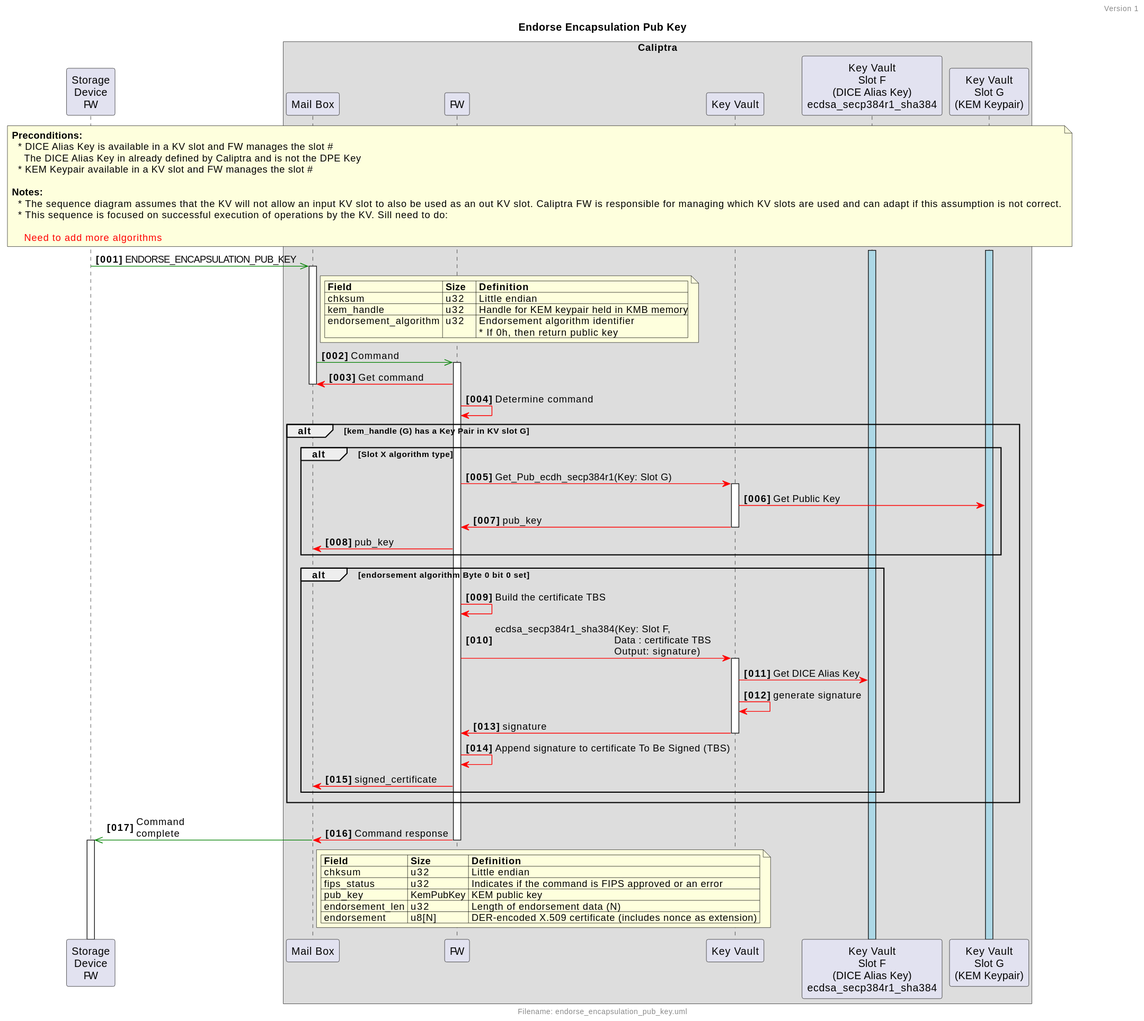
Earlier version of the PlantUML export doc/ocp_lock/diagrams/endorse_encapsulation_pub_key.svg (chipsalliance/Caliptra). Source of this version:
```plantuml
@startuml
!include ocp_lock_utils.inc

!if ($show_title)
    Title "Endorse Encapsulation Pub Key"
!endif

!if ($show_precond)
    note across
        <b>Preconditions:</b>
          * DICE Alias Key is available in a KV slot and FW manages the slot #
            The DICE Alias Key in already defined by Caliptra and is not the DPE Key
          * KEM Keypair available in a KV slot and FW manages the slot #

        <b>Notes:</b>
          * The sequence diagram assumes that the KV will not allow an input KV slot to also be used as an out KV slot. Caliptra FW is responsible for managing which KV slots are used and can adapt if this assumption is not correct.
          * This sequence is focused on successful execution of operations by the KV. Sill need to do:

           <font color=red> Need to add more algorithms
    end note
!endif

dice++ $BUFFER_ACTIVATION
kemg++ $BUFFER_ACTIVATION


fw $async mb++ : ENDORSE_ENCAPSULATION_PUB_KEY

!if ($show_api)
    note right mb
        | <b>Field             | <b>Size | <b>Definition |
        | chksum                | u32    | Little endian |
        | kem_handle            | u32    | Handle for KEM keypair held in KMB memory|
        | endorsement_algorithm | u32    | Endorsement algorithm identifier\n * If 0h, then return public key |
    end note
!endif

mb $async cfw++ : Command

!if ($show_msg_parsing)
    cfw $sync mb : Get command
    mb--
    $self("cfw", "Determine command")
!else
    mb--
!endif

alt kem_handle (G) has a Key Pair in KV slot G

    alt Slot X algorithm type

        cfw $sync kv++: Get_Pub_ecdh_secp384r1(Key: Slot G)
        kv $sync kemg: Get Public Key
        !if ($show_done)
            kv $sync cfw-- : pub_key
        !else
            kv--
        !endif
        cfw $sync mb : pub_key
    end

    alt endorsement algorithm Byte 0 bit 0 set

        cfw $sync cfw: Build the certificate TBS

        cfw $sync kv++: ecdsa_secp384r1_sha384(Key: Slot F,\n                                       Data : certificate TBS\n                                       Output: signature)
        kv $sync dice : Get DICE Alias Key
        kv $sync kv: generate signature
        !if ($show_done)
            kv $sync cfw-- : signature
        !else
            kv--
        !endif
        cfw $sync cfw: Append signature to certificate To Be Signed (TBS)
        cfw $sync mb : signed_certificate
    end
end


cfw $sync mb : Command response
& mb $async fw++ : Command\ncomplete

!if ($show_api)
    note right mb
        | <b>Field        | <b>Size   | <b>Definition |
        | chksum          | u32       | Little endian |
        | fips_status     | u32       | Indicates if the command is FIPS approved or an error |
        | pub_key         | KemPubKey | KEM public key |
        | endorsement_len | u32       | Length of endorsement data (N) |
        | endorsement     | u8[N]     | DER-encoded X.509 certificate (includes nonce as extension) |
    end note
!endif
cfw--
@enduml
```
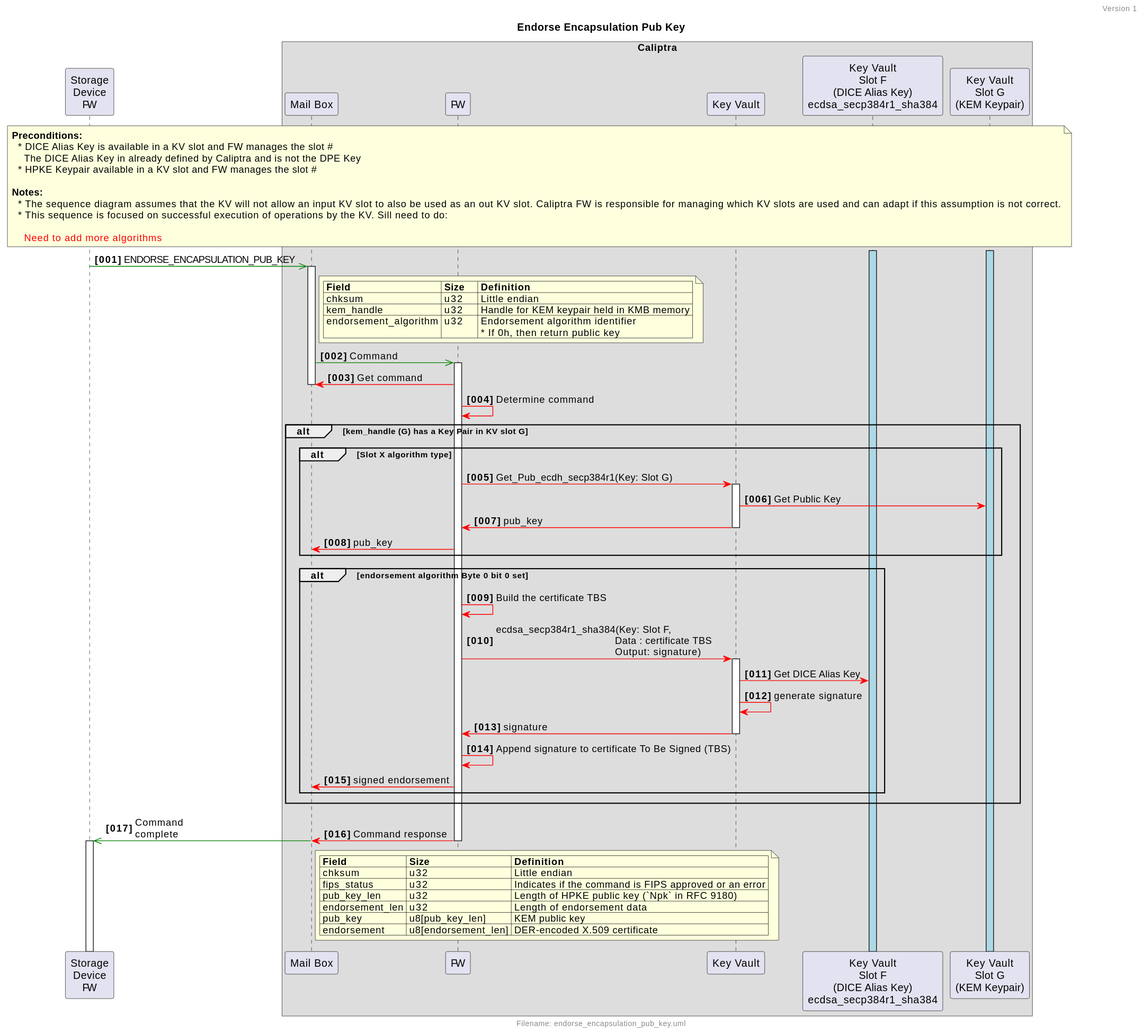
Above is the later version.

What changed in the source:
```diff
@@ -10,7 +10,7 @@
         <b>Preconditions:</b>
           * DICE Alias Key is available in a KV slot and FW manages the slot #
             The DICE Alias Key in already defined by Caliptra and is not the DPE Key
-          * KEM Keypair available in a KV slot and FW manages the slot #
+          * HPKE Keypair available in a KV slot and FW manages the slot #
 
         <b>Notes:</b>
           * The sequence diagram assumes that the KV will not allow an input KV slot to also be used as an out KV slot. Caliptra FW is responsible for managing which KV slots are used and can adapt if this assumption is not correct.
@@ -28,10 +28,10 @@
 
 !if ($show_api)
     note right mb
-        | <b>Field             | <b>Size | <b>Definition |
-        | chksum                | u32    | Little endian |
-        | kem_handle            | u32    | Handle for KEM keypair held in KMB memory|
-        | endorsement_algorithm | u32    | Endorsement algorithm identifier\n * If 0h, then return public key |
+        | <b>Field              | <b>Size | <b>Definition |
+        | chksum                | u32     | Little endian |
+        | kem_handle            | u32     | Handle for KEM keypair held in KMB memory |
+        | endorsement_algorithm | u32     | Endorsement algorithm identifier\n * If 0h, then return public key |
     end note
 !endif
 
@@ -72,7 +72,7 @@
             kv--
         !endif
         cfw $sync cfw: Append signature to certificate To Be Signed (TBS)
-        cfw $sync mb : signed_certificate
+        cfw $sync mb : signed endorsement
     end
 end
 
@@ -82,12 +82,13 @@
 
 !if ($show_api)
     note right mb
-        | <b>Field        | <b>Size   | <b>Definition |
-        | chksum          | u32       | Little endian |
-        | fips_status     | u32       | Indicates if the command is FIPS approved or an error |
-        | pub_key         | KemPubKey | KEM public key |
-        | endorsement_len | u32       | Length of endorsement data (N) |
-        | endorsement     | u8[N]     | DER-encoded X.509 certificate (includes nonce as extension) |
+        | <b>Field        | <b>Size             | <b>Definition |
+        | chksum          | u32                 | Little endian |
+        | fips_status     | u32                 | Indicates if the command is FIPS approved or an error |
+        | pub_key_len     | u32                 | Length of HPKE public key (`Npk` in RFC 9180) |
+        | endorsement_len | u32                 | Length of endorsement data |
+        | pub_key         | u8[pub_key_len]     | KEM public key |
+        | endorsement     | u8[endorsement_len] | DER-encoded X.509 certificate |
     end note
 !endif
 cfw--
```
